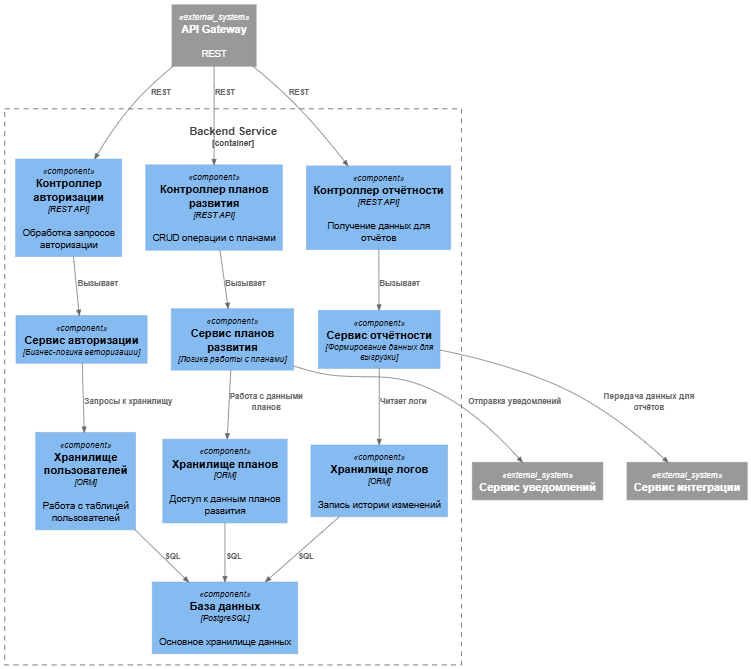
Above: Lab Work №2/docs/component1.png in EugenMusihin/egmusikhin-arch-system (PlantUML), before the change. Its source is kept beside it as Lab Work №2/src/component1.puml. Source of this version:
```plantuml
@startuml
!includeurl https://raw.githubusercontent.com/plantuml-stdlib/C4-PlantUML/master/C4_Component.puml

Container_Boundary(backend, "Backend Service") {

  Component(authController, "Контроллер авторизации", "REST API", "Обработка запросов авторизации")
  Component(planController, "Контроллер планов развития", "REST API", "CRUD операции с планами")
  Component(reportController, "Контроллер отчётности", "REST API", "Получение данных для отчётов")

  Component(authService, "Сервис авторизации", "Бизнес-логика авторизации")
  Component(planService, "Сервис планов развития", "Логика работы с планами")
  Component(reportService, "Сервис отчётности", "Формирование данных для выгрузки")

  Component(userStorage, "Хранилище пользователей", "ORM", "Работа с таблицей пользователей")
  Component(planStorage, "Хранилище планов", "ORM", "Доступ к данным планов развития")
  Component(logStorage, "Хранилище логов", "ORM", "Запись истории изменений")

  Component(db, "База данных", "PostgreSQL", "Основное хранилище данных")
}

System_Ext(apiGateway, "API Gateway", "REST")
System_Ext(notificationService, "Сервис уведомлений")
System_Ext(integrationService, "Сервис интеграции")

Rel(apiGateway, authController, "REST")
Rel(apiGateway, planController, "REST")
Rel(apiGateway, reportController, "REST")

Rel(authController, authService, "Вызывает")
Rel(planController, planService, "Вызывает")
Rel(reportController, reportService, "Вызывает")

Rel(authService, userStorage, "Запросы к хранилищу")
Rel(planService, planStorage, "Работа с данными планов")
Rel(reportService, logStorage, "Читает логи")

Rel(userStorage, db, "SQL")
Rel(planStorage, db, "SQL")
Rel(logStorage, db, "SQL")

Rel(planService, notificationService, "Отправка уведомлений")
Rel(reportService, integrationService, "Передача данных для отчётов")

@enduml
```
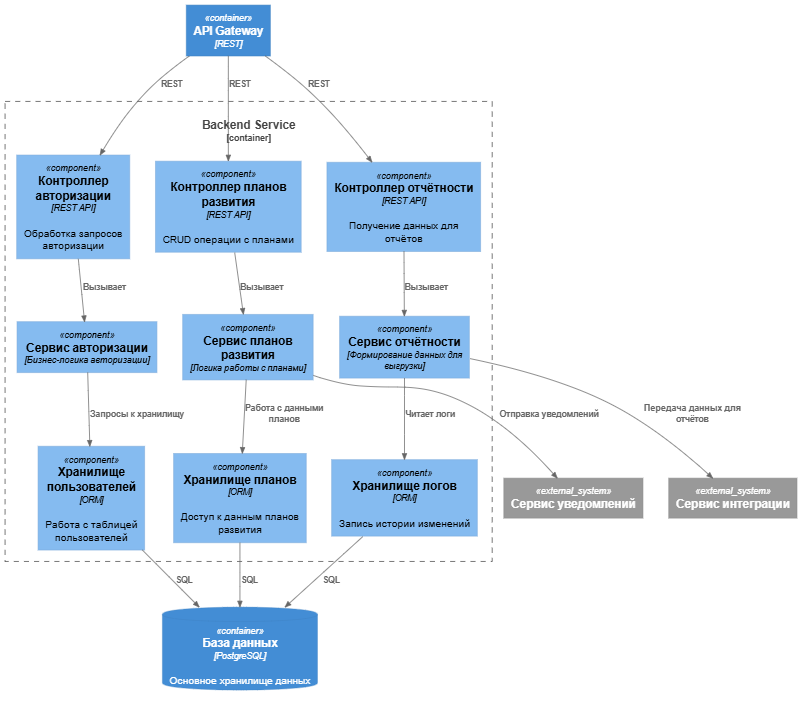
After the change.

Diff of the diagram source:
```diff
@@ -15,10 +15,10 @@
   Component(planStorage, "Хранилище планов", "ORM", "Доступ к данным планов развития")
   Component(logStorage, "Хранилище логов", "ORM", "Запись истории изменений")
 
-  Component(db, "База данных", "PostgreSQL", "Основное хранилище данных")
 }
 
-System_Ext(apiGateway, "API Gateway", "REST")
+ContainerDb(db, "База данных", "PostgreSQL", "Основное хранилище данных")
+Container(apiGateway, "API Gateway", "REST")
 System_Ext(notificationService, "Сервис уведомлений")
 System_Ext(integrationService, "Сервис интеграции")
 
```
